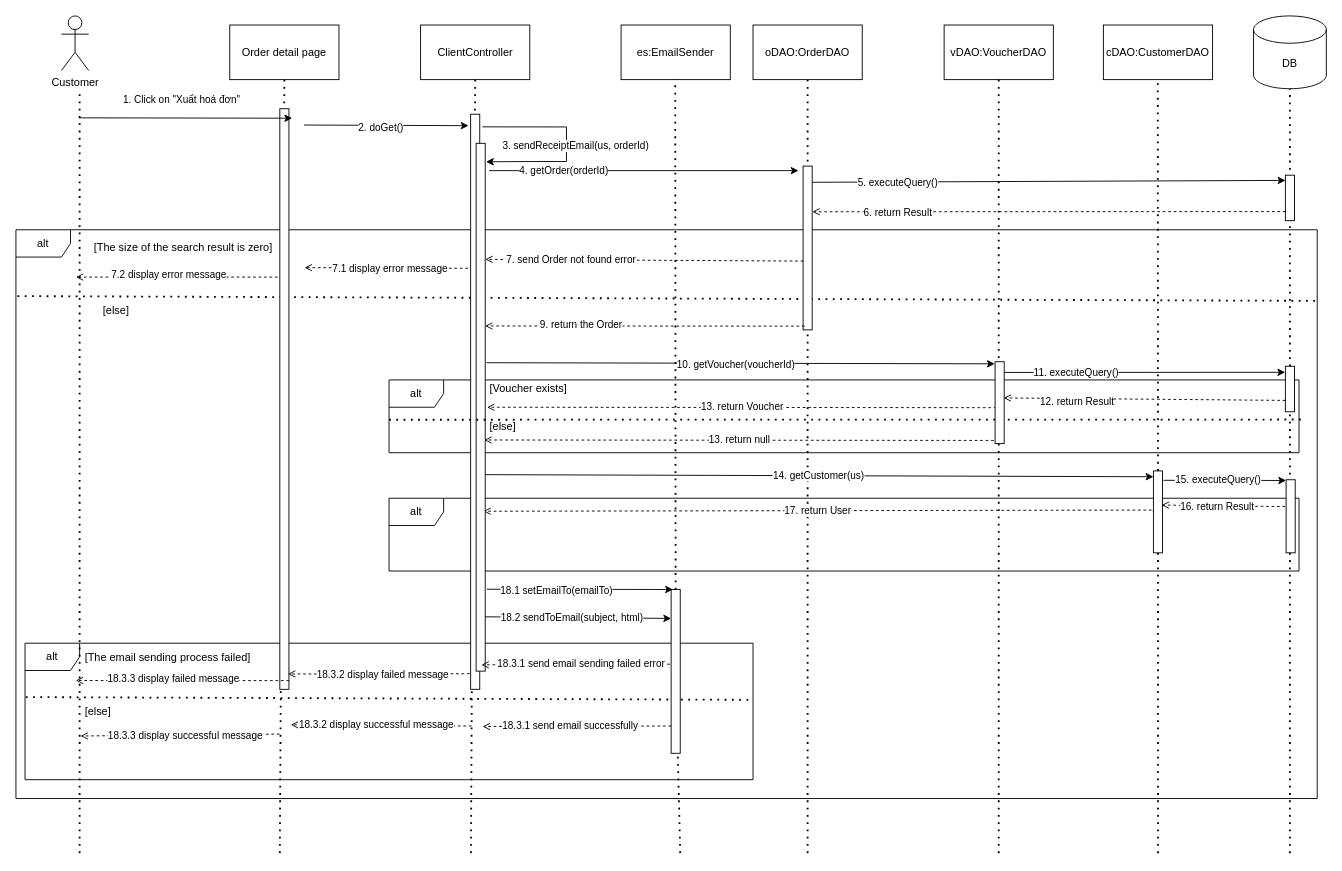
The draw.io diagram document/SDS/10.Export_Receipt/Sequence_Diagram/Export_Receipt_Sequence_Diagram.drawio in QuocZuong/perfume-store, before the edit. Source tidied: cells renumbered, new cells numbered last; positions are measured from the earlier drawing's top-left corner, leaving out a move shared by most shapes. Both pictures are drawn from the tidied source at 91%, with x=0, y=0 at pixel (15, 15).
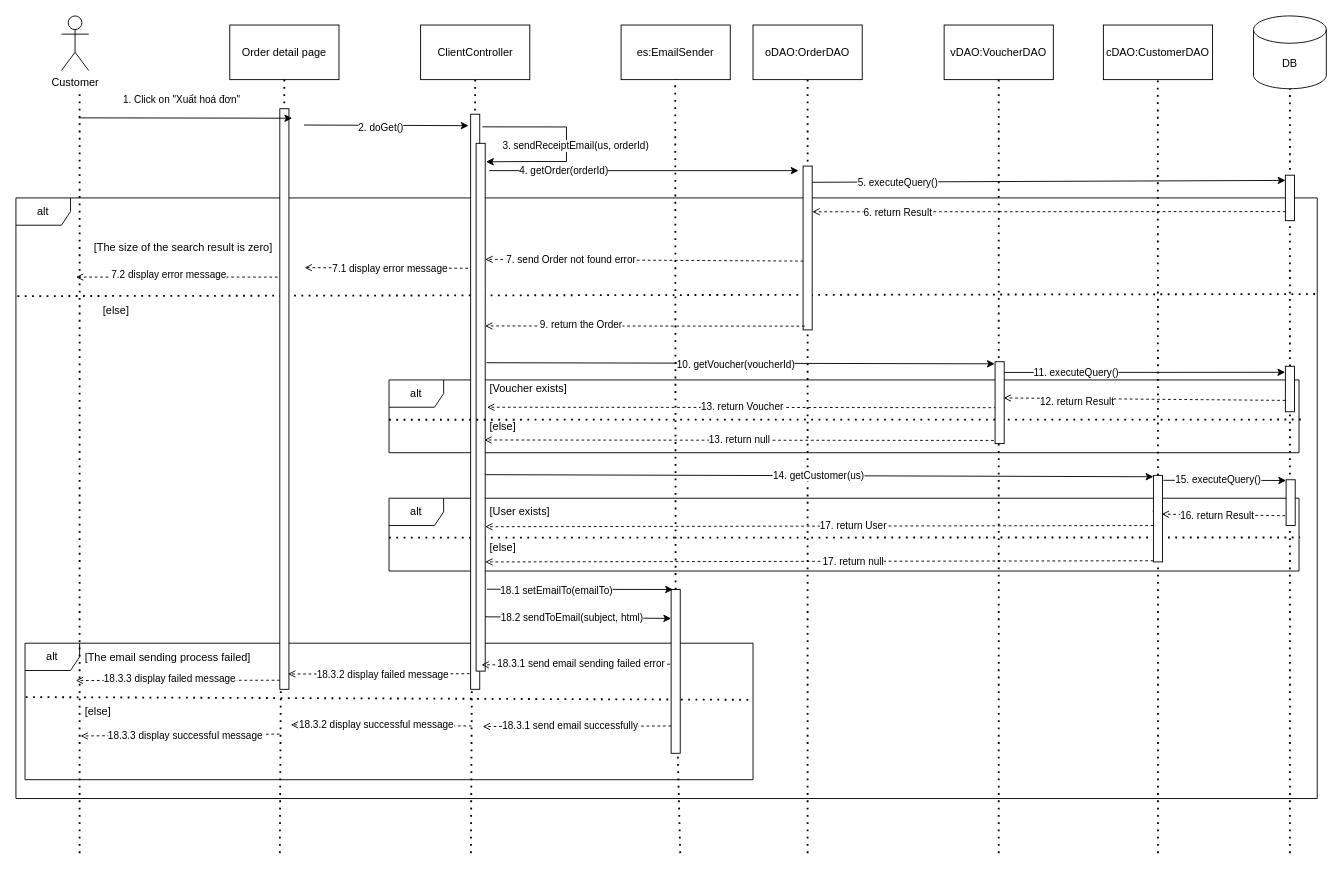
The same diagram, later.

Commit message (it also covers changes not shown here):
Update sequence diagram

The change refers to these unchanged cells:
```xml
<mxCell id="2" value="alt" style="shape=umlFrame;whiteSpace=wrap;html=1;" parent="1" vertex="1">
  <mxGeometry x="410" y="530" width="1000" height="80" as="geometry" />
</mxCell>
```

The edit, as a diff of the source:
```diff
@@
+    <mxCell id="4" value="alt" style="shape=umlFrame;whiteSpace=wrap;html=1;" parent="1" vertex="1">
+      <mxGeometry y="200" width="1430" height="660" as="geometry" />
+    </mxCell>
@@
+    <mxCell id="84" style="endArrow=none;dashed=1;html=1;dashPattern=1 3;strokeWidth=2;rounded=0;exitX=0;exitY=0.541;exitDx=0;exitDy=0;exitPerimeter=0;entryX=1.001;entryY=0.539;entryDx=0;entryDy=0;entryPerimeter=0;" parent="1" edge="1" source="2" target="2">
+      <mxGeometry relative="1" as="geometry" />
+    </mxCell>
@@
-    <mxCell id="4" value="alt" style="shape=umlFrame;whiteSpace=wrap;html=1;" parent="1" vertex="1">
-      <mxGeometry y="235" width="1430" height="625" as="geometry" />
-    </mxCell>
@@
-    <mxCell id="10" style="endArrow=none;dashed=1;html=1;dashPattern=1 3;strokeWidth=2;rounded=0;exitX=0.002;exitY=0.165;exitDx=0;exitDy=0;exitPerimeter=0;entryX=1;entryY=0.125;entryDx=0;entryDy=0;entryPerimeter=0;" parent="1" edge="1" target="4">
+    <mxCell id="10" style="endArrow=none;dashed=1;html=1;dashPattern=1 3;strokeWidth=2;rounded=0;exitX=0.002;exitY=0.165;exitDx=0;exitDy=0;exitPerimeter=0;entryX=1;entryY=0.16;entryDx=0;entryDy=0;entryPerimeter=0;" parent="1" edge="1" target="4">
       <mxGeometry relative="1" as="geometry">
         <mxPoint x="1.7" y="307.9" as="sourcePoint" />
       </mxGeometry>
     </mxCell>
@@
     <mxCell id="45" style="rounded=0;whiteSpace=wrap;html=1;" parent="1" vertex="1">
-      <mxGeometry x="1395.8" y="509.7" width="10" height="80.3" as="geometry" />
+      <mxGeometry x="1395.8" y="509.7" width="10" height="50.3" as="geometry" />
     </mxCell>
@@
     <mxCell id="48" style="endArrow=open;html=1;rounded=0;dashed=1;endFill=0;exitX=0;exitY=0.5;exitDx=0;exitDy=0;entryX=1;entryY=0.75;entryDx=0;entryDy=0;" parent="1" edge="1">
       <mxGeometry x="0.72" y="2" relative="1" as="geometry">
-        <mxPoint x="1394.8" y="539.2" as="sourcePoint" />
-        <mxPoint x="1259" y="537.5" as="targetPoint" />
+        <mxPoint x="1394.8" y="549.2" as="sourcePoint" />
+        <mxPoint x="1259" y="547.5" as="targetPoint" />
       </mxGeometry>
     </mxCell>
@@
     <mxCell id="50" value="17. return User" style="endArrow=open;html=1;rounded=0;exitX=0;exitY=0.5;exitDx=0;exitDy=0;dashed=1;endFill=0;entryX=0.722;entryY=0.663;entryDx=0;entryDy=0;entryPerimeter=0;startArrow=none;" parent="1" edge="1">
-      <mxGeometry relative="1" as="geometry">
-        <mxPoint x="1248" y="543" as="sourcePoint" />
-        <mxPoint x="513.7" y="544.3" as="targetPoint" />
+      <mxGeometry x="-0.1" y="-1" relative="1" as="geometry">
+        <mxPoint x="1250" y="560" as="sourcePoint" />
+        <mxPoint x="515.7" y="561.3" as="targetPoint" />
       </mxGeometry>
     </mxCell>
-    <mxCell id="51" value="18.3.3 display failed message" style="endArrow=open;html=1;rounded=0;dashed=1;endFill=0;exitX=-0.061;exitY=0.911;exitDx=0;exitDy=0;exitPerimeter=0;" parent="1" edge="1">
+    <mxCell id="51" value="18.3.3 display failed message" style="endArrow=open;html=1;rounded=0;dashed=1;endFill=0;" parent="1" edge="1">
       <mxGeometry x="0.08" y="-2" relative="1" as="geometry">
-        <mxPoint x="300.2" y="730.4" as="sourcePoint" />
+        <mxPoint x="290" y="730" as="sourcePoint" />
         <mxPoint x="65.8" y="730.3" as="targetPoint" />
       </mxGeometry>
     </mxCell>
@@
     <mxCell id="80" style="rounded=0;whiteSpace=wrap;html=1;" parent="1" vertex="1">
-      <mxGeometry x="1250" y="500" width="10" height="90" as="geometry" />
+      <mxGeometry x="1250" y="504.9" width="10" height="95.1" as="geometry" />
     </mxCell>
@@
+    <mxCell id="85" value="[User exists]" style="text;strokeColor=none;fillColor=none;align=left;verticalAlign=middle;spacingLeft=4;spacingRight=4;overflow=hidden;whiteSpace=wrap;html=1;" parent="1" vertex="1">
+      <mxGeometry x="515" y="530" width="150" height="30" as="geometry" />
+    </mxCell>
+    <mxCell id="86" value="[else]" style="text;strokeColor=none;fillColor=none;align=left;verticalAlign=middle;spacingLeft=4;spacingRight=4;overflow=hidden;whiteSpace=wrap;html=1;" parent="1" vertex="1">
+      <mxGeometry x="515" y="570" width="150" height="30" as="geometry" />
+    </mxCell>
+    <mxCell id="87" value="17. return null" style="endArrow=open;html=1;rounded=0;exitX=0;exitY=0.5;exitDx=0;exitDy=0;dashed=1;endFill=0;entryX=0.722;entryY=0.663;entryDx=0;entryDy=0;entryPerimeter=0;startArrow=none;" parent="1" edge="1">
+      <mxGeometry x="-0.1" y="1" relative="1" as="geometry">
+        <mxPoint x="1250" y="598.7" as="sourcePoint" />
+        <mxPoint x="515.7" y="600" as="targetPoint" />
+      </mxGeometry>
+    </mxCell>
```
